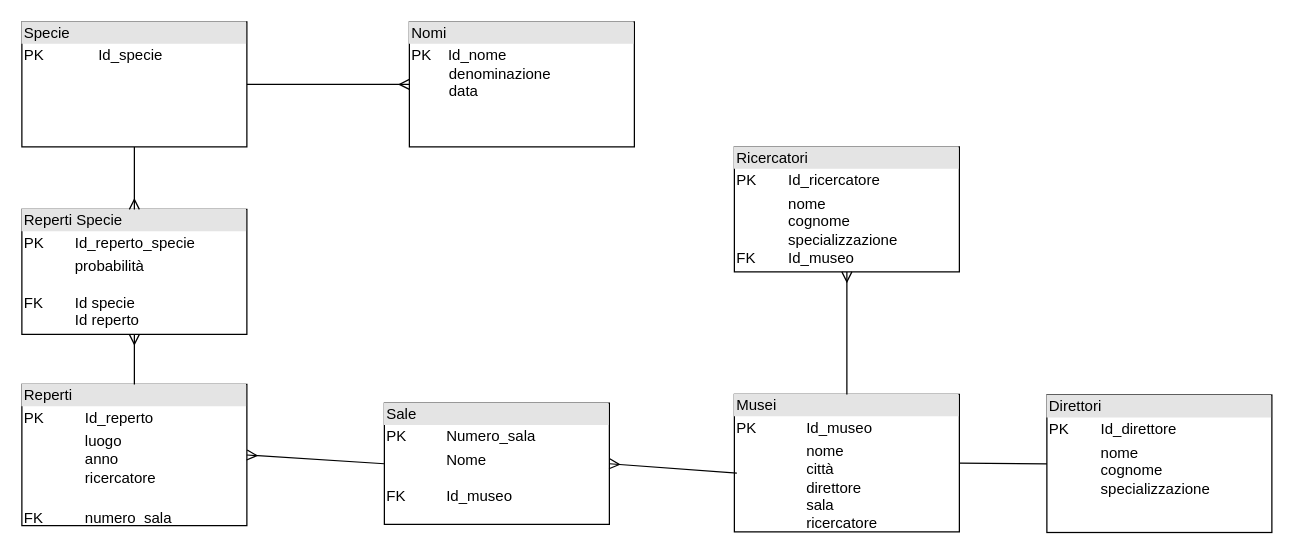
Earlier version of the draw.io diagram Paleontologo.drawio (ChiaraGismondi02/informatica-modelloE-R). Source tidied: cells renumbered, new cells numbered last; positions are measured from the earlier drawing's top-left corner, leaving out a move shared by most shapes. Both pictures are drawn from the tidied source at 125%, with x=0, y=0 at pixel (21, 21).
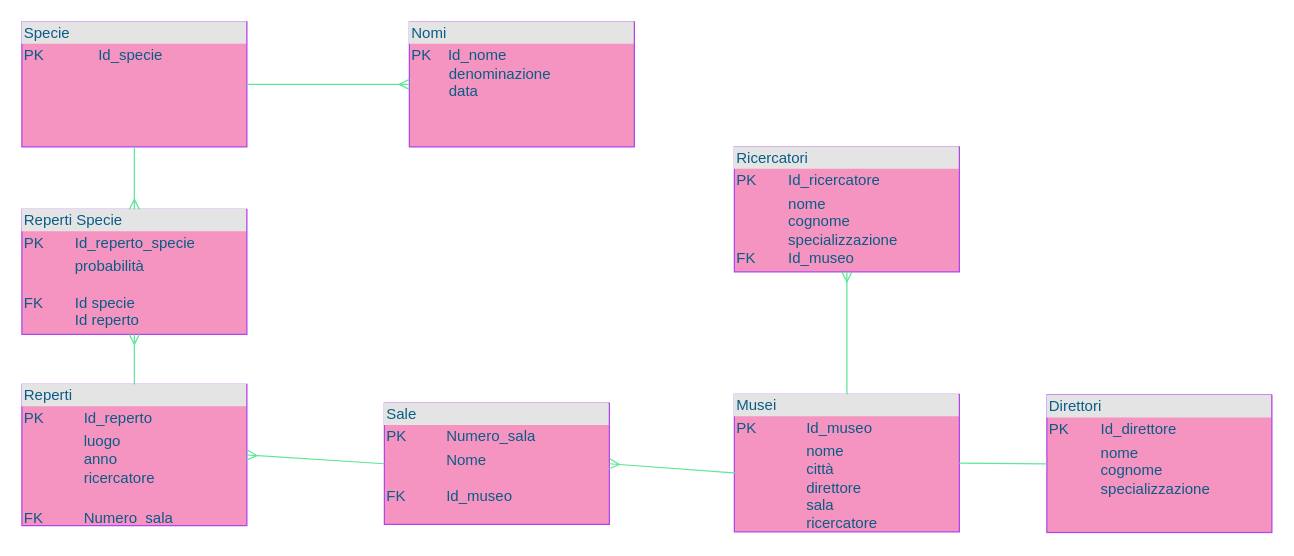
Above is the later version.

What changed in the source:
```diff
@@
-<mxGraphModel background="#ffffff">
+<mxGraphModel>
   <root>
     <mxCell id="0" />
     <mxCell id="1" parent="0" />
-    <mxCell id="2" value="&lt;div style=&quot;box-sizing: border-box ; width: 100% ; background: #e4e4e4 ; padding: 2px&quot;&gt;Reperti&lt;/div&gt;&lt;table style=&quot;width: 100% ; font-size: 1em&quot; cellpadding=&quot;2&quot; cellspacing=&quot;0&quot;&gt;&lt;tbody&gt;&lt;tr&gt;&lt;td&gt;PK&lt;/td&gt;&lt;td&gt;Id_reperto&lt;/td&gt;&lt;/tr&gt;&lt;tr&gt;&lt;td&gt;&amp;nbsp; &amp;nbsp; &amp;nbsp; &amp;nbsp;&lt;br&gt;&lt;br&gt;&lt;/td&gt;&lt;td&gt;luogo&lt;br&gt;anno&lt;br&gt;ricercatore&lt;br&gt;&lt;br&gt;&lt;/td&gt;&lt;/tr&gt;&lt;tr&gt;&lt;td&gt;FK&amp;nbsp;&amp;nbsp;&lt;/td&gt;&lt;td&gt;numero_sala&lt;br&gt;&lt;/td&gt;&lt;/tr&gt;&lt;/tbody&gt;&lt;/table&gt;" style="verticalAlign=top;align=left;overflow=fill;html=1;" parent="1" vertex="1">
+    <mxCell id="2" value="&lt;div style=&quot;box-sizing: border-box ; width: 100% ; background: #e4e4e4 ; padding: 2px&quot;&gt;Reperti&lt;/div&gt;&lt;table style=&quot;width: 100% ; font-size: 1em&quot; cellpadding=&quot;2&quot; cellspacing=&quot;0&quot;&gt;&lt;tbody&gt;&lt;tr&gt;&lt;td&gt;PK&lt;/td&gt;&lt;td&gt;Id_reperto&lt;/td&gt;&lt;/tr&gt;&lt;tr&gt;&lt;td&gt;&amp;nbsp; &amp;nbsp; &amp;nbsp; &amp;nbsp;&lt;br&gt;&lt;br&gt;&lt;/td&gt;&lt;td&gt;luogo&lt;br&gt;anno&lt;br&gt;ricercatore&lt;br&gt;&lt;br&gt;&lt;/td&gt;&lt;/tr&gt;&lt;tr&gt;&lt;td&gt;FK&amp;nbsp;&amp;nbsp;&lt;/td&gt;&lt;td&gt;Numero_sala&lt;br&gt;&lt;/td&gt;&lt;/tr&gt;&lt;/tbody&gt;&lt;/table&gt;" style="verticalAlign=top;align=left;overflow=fill;html=1;fillColor=#F694C1;strokeColor=#AF45ED;fontColor=#095C86;" parent="1" vertex="1">
       <mxGeometry y="290" width="180" height="113" as="geometry" />
     </mxCell>
-    <mxCell id="3" value="&lt;div style=&quot;box-sizing: border-box ; width: 100% ; background: #e4e4e4 ; padding: 2px&quot;&gt;Ricercatori&lt;/div&gt;&lt;table style=&quot;width: 100% ; font-size: 1em&quot; cellpadding=&quot;2&quot; cellspacing=&quot;0&quot;&gt;&lt;tbody&gt;&lt;tr&gt;&lt;td&gt;PK&lt;/td&gt;&lt;td&gt;Id_ricercatore&lt;/td&gt;&lt;/tr&gt;&lt;tr&gt;&lt;td&gt;&amp;nbsp; &amp;nbsp; &amp;nbsp; &amp;nbsp;&lt;br&gt;&lt;br&gt;&lt;br&gt;FK&lt;/td&gt;&lt;td&gt;nome&lt;br&gt;cognome&lt;br&gt;specializzazione&lt;br&gt;Id_museo&lt;/td&gt;&lt;/tr&gt;&lt;/tbody&gt;&lt;/table&gt;" style="verticalAlign=top;align=left;overflow=fill;html=1;" parent="1" vertex="1">
+    <mxCell id="3" value="&lt;div style=&quot;box-sizing: border-box ; width: 100% ; background: #e4e4e4 ; padding: 2px&quot;&gt;Ricercatori&lt;/div&gt;&lt;table style=&quot;width: 100% ; font-size: 1em&quot; cellpadding=&quot;2&quot; cellspacing=&quot;0&quot;&gt;&lt;tbody&gt;&lt;tr&gt;&lt;td&gt;PK&lt;/td&gt;&lt;td&gt;Id_ricercatore&lt;/td&gt;&lt;/tr&gt;&lt;tr&gt;&lt;td&gt;&amp;nbsp; &amp;nbsp; &amp;nbsp; &amp;nbsp;&lt;br&gt;&lt;br&gt;&lt;br&gt;FK&lt;/td&gt;&lt;td&gt;nome&lt;br&gt;cognome&lt;br&gt;specializzazione&lt;br&gt;Id_museo&lt;/td&gt;&lt;/tr&gt;&lt;/tbody&gt;&lt;/table&gt;" style="verticalAlign=top;align=left;overflow=fill;html=1;fillColor=#F694C1;strokeColor=#AF45ED;fontColor=#095C86;" parent="1" vertex="1">
       <mxGeometry x="570" y="100" width="180" height="100" as="geometry" />
     </mxCell>
-    <mxCell id="4" value="&lt;div style=&quot;box-sizing: border-box ; width: 100% ; background: #e4e4e4 ; padding: 2px&quot;&gt;Sale&lt;/div&gt;&lt;table style=&quot;width: 100% ; font-size: 1em&quot; cellpadding=&quot;2&quot; cellspacing=&quot;0&quot;&gt;&lt;tbody&gt;&lt;tr&gt;&lt;td&gt;PK&lt;/td&gt;&lt;td&gt;Numero_sala&lt;/td&gt;&lt;/tr&gt;&lt;tr&gt;&lt;td&gt;&amp;nbsp; &amp;nbsp; &amp;nbsp; &amp;nbsp;&lt;br&gt;FK&lt;/td&gt;&lt;td&gt;Nome&lt;br&gt;&lt;br&gt;Id_museo&lt;br&gt;&lt;br&gt;&lt;/td&gt;&lt;/tr&gt;&lt;/tbody&gt;&lt;/table&gt;" style="verticalAlign=top;align=left;overflow=fill;html=1;" parent="1" vertex="1">
+    <mxCell id="4" value="&lt;div style=&quot;box-sizing: border-box ; width: 100% ; background: #e4e4e4 ; padding: 2px&quot;&gt;Sale&lt;/div&gt;&lt;table style=&quot;width: 100% ; font-size: 1em&quot; cellpadding=&quot;2&quot; cellspacing=&quot;0&quot;&gt;&lt;tbody&gt;&lt;tr&gt;&lt;td&gt;PK&lt;/td&gt;&lt;td&gt;Numero_sala&lt;/td&gt;&lt;/tr&gt;&lt;tr&gt;&lt;td&gt;&amp;nbsp; &amp;nbsp; &amp;nbsp; &amp;nbsp;&lt;br&gt;FK&lt;/td&gt;&lt;td&gt;Nome&lt;br&gt;&lt;br&gt;Id_museo&lt;br&gt;&lt;br&gt;&lt;/td&gt;&lt;/tr&gt;&lt;/tbody&gt;&lt;/table&gt;" style="verticalAlign=top;align=left;overflow=fill;html=1;fillColor=#F694C1;strokeColor=#AF45ED;fontColor=#095C86;" parent="1" vertex="1">
       <mxGeometry x="290" y="305" width="180" height="97" as="geometry" />
     </mxCell>
-    <mxCell id="5" value="&lt;div style=&quot;box-sizing: border-box ; width: 100% ; background: #e4e4e4 ; padding: 2px&quot;&gt;Musei&lt;/div&gt;&lt;table style=&quot;width: 100% ; font-size: 1em&quot; cellpadding=&quot;2&quot; cellspacing=&quot;0&quot;&gt;&lt;tbody&gt;&lt;tr&gt;&lt;td&gt;PK&lt;/td&gt;&lt;td&gt;Id_museo&lt;/td&gt;&lt;/tr&gt;&lt;tr&gt;&lt;td&gt;&amp;nbsp; &amp;nbsp; &amp;nbsp; &amp;nbsp;&lt;br&gt;&lt;br&gt;&lt;/td&gt;&lt;td&gt;nome&lt;br&gt;città&lt;br&gt;direttore&lt;br&gt;sala&lt;br&gt;ricercatore&lt;/td&gt;&lt;/tr&gt;&lt;tr&gt;&lt;td&gt;&lt;/td&gt;&lt;td&gt;&lt;br&gt;&lt;/td&gt;&lt;/tr&gt;&lt;/tbody&gt;&lt;/table&gt;" style="verticalAlign=top;align=left;overflow=fill;html=1;" parent="1" vertex="1">
+    <mxCell id="5" value="&lt;div style=&quot;box-sizing: border-box ; width: 100% ; background: #e4e4e4 ; padding: 2px&quot;&gt;Musei&lt;/div&gt;&lt;table style=&quot;width: 100% ; font-size: 1em&quot; cellpadding=&quot;2&quot; cellspacing=&quot;0&quot;&gt;&lt;tbody&gt;&lt;tr&gt;&lt;td&gt;PK&lt;/td&gt;&lt;td&gt;Id_museo&lt;/td&gt;&lt;/tr&gt;&lt;tr&gt;&lt;td&gt;&amp;nbsp; &amp;nbsp; &amp;nbsp; &amp;nbsp;&lt;br&gt;&lt;br&gt;&lt;/td&gt;&lt;td&gt;nome&lt;br&gt;città&lt;br&gt;direttore&lt;br&gt;sala&lt;br&gt;ricercatore&lt;/td&gt;&lt;/tr&gt;&lt;tr&gt;&lt;td&gt;&lt;/td&gt;&lt;td&gt;&lt;br&gt;&lt;/td&gt;&lt;/tr&gt;&lt;/tbody&gt;&lt;/table&gt;" style="verticalAlign=top;align=left;overflow=fill;html=1;fillColor=#F694C1;strokeColor=#AF45ED;fontColor=#095C86;" parent="1" vertex="1">
       <mxGeometry x="570" y="298" width="180" height="110" as="geometry" />
     </mxCell>
-    <mxCell id="6" style="edgeStyle=orthogonalEdgeStyle;rounded=0;jettySize=auto;html=1;entryX=0;entryY=0.25;entryDx=0;entryDy=0;strokeColor=none;endArrow=ERmany;endFill=0;" parent="1" edge="1" source="7" target="8">
+    <mxCell id="6" style="edgeStyle=orthogonalEdgeStyle;rounded=0;jettySize=auto;html=1;entryX=0;entryY=0.25;entryDx=0;entryDy=0;strokeColor=none;endArrow=ERmany;endFill=0;fontColor=#095C86;" parent="1" edge="1" source="7" target="8">
       <mxGeometry relative="1" as="geometry" />
     </mxCell>
-    <mxCell id="7" value="&lt;div style=&quot;box-sizing: border-box ; width: 100% ; background: #e4e4e4 ; padding: 2px&quot;&gt;Specie&lt;/div&gt;&lt;table style=&quot;width: 100% ; font-size: 1em&quot; cellpadding=&quot;2&quot; cellspacing=&quot;0&quot;&gt;&lt;tbody&gt;&lt;tr&gt;&lt;td&gt;PK&lt;/td&gt;&lt;td&gt;Id_specie&lt;/td&gt;&lt;/tr&gt;&lt;tr&gt;&lt;td&gt;&amp;nbsp; &amp;nbsp; &amp;nbsp; &amp;nbsp;&lt;br&gt;&lt;br&gt;&lt;/td&gt;&lt;td&gt;&lt;br&gt;&lt;br&gt;&lt;/td&gt;&lt;/tr&gt;&lt;/tbody&gt;&lt;/table&gt;" style="verticalAlign=top;align=left;overflow=fill;html=1;" parent="1" vertex="1">
+    <mxCell id="7" value="&lt;div style=&quot;box-sizing: border-box ; width: 100% ; background: #e4e4e4 ; padding: 2px&quot;&gt;Specie&lt;/div&gt;&lt;table style=&quot;width: 100% ; font-size: 1em&quot; cellpadding=&quot;2&quot; cellspacing=&quot;0&quot;&gt;&lt;tbody&gt;&lt;tr&gt;&lt;td&gt;PK&lt;/td&gt;&lt;td&gt;Id_specie&lt;/td&gt;&lt;/tr&gt;&lt;tr&gt;&lt;td&gt;&amp;nbsp; &amp;nbsp; &amp;nbsp; &amp;nbsp;&lt;br&gt;&lt;br&gt;&lt;/td&gt;&lt;td&gt;&lt;br&gt;&lt;br&gt;&lt;/td&gt;&lt;/tr&gt;&lt;/tbody&gt;&lt;/table&gt;" style="verticalAlign=top;align=left;overflow=fill;html=1;fillColor=#F694C1;strokeColor=#AF45ED;fontColor=#095C86;" parent="1" vertex="1">
       <mxGeometry width="180" height="100" as="geometry" />
     </mxCell>
-    <mxCell id="8" value="&lt;div style=&quot;box-sizing: border-box ; width: 100% ; background: #e4e4e4 ; padding: 2px&quot;&gt;Nomi&lt;/div&gt;&lt;table style=&quot;width: 100% ; font-size: 1em&quot; cellpadding=&quot;2&quot; cellspacing=&quot;0&quot;&gt;&lt;tbody&gt;&lt;tr&gt;&lt;td&gt;PK&amp;nbsp; &amp;nbsp; Id_nome&lt;br&gt;&amp;nbsp; &amp;nbsp; &amp;nbsp; &amp;nbsp; &amp;nbsp;denominazione&lt;br&gt;&amp;nbsp; &amp;nbsp; &amp;nbsp; &amp;nbsp; &amp;nbsp;data&amp;nbsp; &amp;nbsp;&lt;/td&gt;&lt;td&gt;&lt;br&gt;&lt;/td&gt;&lt;/tr&gt;&lt;tr&gt;&lt;td&gt;&lt;/td&gt;&lt;td&gt;&lt;br&gt;&lt;/td&gt;&lt;/tr&gt;&lt;/tbody&gt;&lt;/table&gt;" style="verticalAlign=top;align=left;overflow=fill;html=1;" parent="1" vertex="1">
+    <mxCell id="8" value="&lt;div style=&quot;box-sizing: border-box ; width: 100% ; background: #e4e4e4 ; padding: 2px&quot;&gt;Nomi&lt;/div&gt;&lt;table style=&quot;width: 100% ; font-size: 1em&quot; cellpadding=&quot;2&quot; cellspacing=&quot;0&quot;&gt;&lt;tbody&gt;&lt;tr&gt;&lt;td&gt;PK&amp;nbsp; &amp;nbsp; Id_nome&lt;br&gt;&amp;nbsp; &amp;nbsp; &amp;nbsp; &amp;nbsp; &amp;nbsp;denominazione&lt;br&gt;&amp;nbsp; &amp;nbsp; &amp;nbsp; &amp;nbsp; &amp;nbsp;data&amp;nbsp; &amp;nbsp;&lt;/td&gt;&lt;td&gt;&lt;br&gt;&lt;/td&gt;&lt;/tr&gt;&lt;tr&gt;&lt;td&gt;&lt;/td&gt;&lt;td&gt;&lt;br&gt;&lt;/td&gt;&lt;/tr&gt;&lt;/tbody&gt;&lt;/table&gt;" style="verticalAlign=top;align=left;overflow=fill;html=1;fillColor=#F694C1;strokeColor=#AF45ED;fontColor=#095C86;" parent="1" vertex="1">
       <mxGeometry x="310" width="180" height="100" as="geometry" />
     </mxCell>
-    <mxCell id="9" style="edgeStyle=orthogonalEdgeStyle;rounded=0;orthogonalLoop=1;jettySize=auto;html=1;exitX=0.5;exitY=1;exitDx=0;exitDy=0;endArrow=ERmany;endFill=0;" parent="1" edge="1" source="4" target="4">
+    <mxCell id="9" style="edgeStyle=orthogonalEdgeStyle;rounded=0;orthogonalLoop=1;jettySize=auto;html=1;exitX=0.5;exitY=1;exitDx=0;exitDy=0;endArrow=ERmany;endFill=0;strokeColor=#60E696;fontColor=#095C86;" parent="1" edge="1" source="4" target="4">
       <mxGeometry relative="1" as="geometry" />
     </mxCell>
-    <mxCell id="10" value="&lt;div style=&quot;box-sizing: border-box ; width: 100% ; background: #e4e4e4 ; padding: 2px&quot;&gt;Reperti Specie&lt;/div&gt;&lt;table style=&quot;width: 100% ; font-size: 1em&quot; cellpadding=&quot;2&quot; cellspacing=&quot;0&quot;&gt;&lt;tbody&gt;&lt;tr&gt;&lt;td&gt;PK&lt;/td&gt;&lt;td&gt;Id_reperto_specie&lt;/td&gt;&lt;/tr&gt;&lt;tr&gt;&lt;td&gt;&amp;nbsp; &amp;nbsp; &amp;nbsp; &amp;nbsp;&lt;br&gt;FK&amp;nbsp; &amp;nbsp;&lt;/td&gt;&lt;td&gt;probabilità&lt;br&gt;&lt;br&gt;Id specie&lt;br&gt;Id reperto&lt;br&gt;&lt;/td&gt;&lt;/tr&gt;&lt;/tbody&gt;&lt;/table&gt;" style="verticalAlign=top;align=left;overflow=fill;html=1;" parent="1" vertex="1">
+    <mxCell id="10" value="&lt;div style=&quot;box-sizing: border-box ; width: 100% ; background: #e4e4e4 ; padding: 2px&quot;&gt;Reperti Specie&lt;/div&gt;&lt;table style=&quot;width: 100% ; font-size: 1em&quot; cellpadding=&quot;2&quot; cellspacing=&quot;0&quot;&gt;&lt;tbody&gt;&lt;tr&gt;&lt;td&gt;PK&lt;/td&gt;&lt;td&gt;Id_reperto_specie&lt;/td&gt;&lt;/tr&gt;&lt;tr&gt;&lt;td&gt;&amp;nbsp; &amp;nbsp; &amp;nbsp; &amp;nbsp;&lt;br&gt;FK&amp;nbsp; &amp;nbsp;&lt;/td&gt;&lt;td&gt;probabilità&lt;br&gt;&lt;br&gt;Id specie&lt;br&gt;Id reperto&lt;br&gt;&lt;/td&gt;&lt;/tr&gt;&lt;/tbody&gt;&lt;/table&gt;" style="verticalAlign=top;align=left;overflow=fill;html=1;fillColor=#F694C1;strokeColor=#AF45ED;fontColor=#095C86;" parent="1" vertex="1">
       <mxGeometry y="150" width="180" height="100" as="geometry" />
     </mxCell>
-    <mxCell id="11" value="&lt;div style=&quot;box-sizing: border-box ; width: 100% ; background: #e4e4e4 ; padding: 2px&quot;&gt;Direttori&lt;/div&gt;&lt;table style=&quot;width: 100% ; font-size: 1em&quot; cellpadding=&quot;2&quot; cellspacing=&quot;0&quot;&gt;&lt;tbody&gt;&lt;tr&gt;&lt;td&gt;PK&lt;/td&gt;&lt;td&gt;Id_direttore&lt;/td&gt;&lt;/tr&gt;&lt;tr&gt;&lt;td&gt;&amp;nbsp; &amp;nbsp; &amp;nbsp; &amp;nbsp;&lt;br&gt;&lt;br&gt;&lt;/td&gt;&lt;td&gt;nome &lt;br&gt;cognome&lt;br&gt;specializzazione&lt;/td&gt;&lt;/tr&gt;&lt;tr&gt;&lt;td&gt;&lt;/td&gt;&lt;td&gt;&lt;br&gt;&lt;/td&gt;&lt;/tr&gt;&lt;/tbody&gt;&lt;/table&gt;" style="verticalAlign=top;align=left;overflow=fill;html=1;" parent="1" vertex="1">
+    <mxCell id="11" value="&lt;div style=&quot;box-sizing: border-box ; width: 100% ; background: #e4e4e4 ; padding: 2px&quot;&gt;Direttori&lt;/div&gt;&lt;table style=&quot;width: 100% ; font-size: 1em&quot; cellpadding=&quot;2&quot; cellspacing=&quot;0&quot;&gt;&lt;tbody&gt;&lt;tr&gt;&lt;td&gt;PK&lt;/td&gt;&lt;td&gt;Id_direttore&lt;/td&gt;&lt;/tr&gt;&lt;tr&gt;&lt;td&gt;&amp;nbsp; &amp;nbsp; &amp;nbsp; &amp;nbsp;&lt;br&gt;&lt;br&gt;&lt;/td&gt;&lt;td&gt;nome &lt;br&gt;cognome&lt;br&gt;specializzazione&lt;/td&gt;&lt;/tr&gt;&lt;tr&gt;&lt;td&gt;&lt;/td&gt;&lt;td&gt;&lt;br&gt;&lt;/td&gt;&lt;/tr&gt;&lt;/tbody&gt;&lt;/table&gt;" style="verticalAlign=top;align=left;overflow=fill;html=1;fillColor=#F694C1;strokeColor=#AF45ED;fontColor=#095C86;" parent="1" vertex="1">
       <mxGeometry x="820" y="298.5" width="180" height="110" as="geometry" />
     </mxCell>
-    <mxCell id="12" style="endArrow=none;html=1;exitX=1;exitY=0.5;exitDx=0;exitDy=0;entryX=0;entryY=0.5;entryDx=0;entryDy=0;" parent="1" edge="1" source="5" target="11">
+    <mxCell id="12" style="endArrow=none;html=1;exitX=1;exitY=0.5;exitDx=0;exitDy=0;entryX=0;entryY=0.5;entryDx=0;entryDy=0;strokeColor=#60E696;fontColor=#095C86;" parent="1" edge="1" source="5" target="11">
       <mxGeometry relative="1" as="geometry" />
     </mxCell>
-    <mxCell id="13" style="endArrow=ERmany;html=1;endFill=0;entryX=0.5;entryY=0;entryDx=0;entryDy=0;exitX=0.5;exitY=1;exitDx=0;exitDy=0;" parent="1" edge="1" source="7" target="10">
+    <mxCell id="13" style="endArrow=ERmany;html=1;endFill=0;entryX=0.5;entryY=0;entryDx=0;entryDy=0;exitX=0.5;exitY=1;exitDx=0;exitDy=0;strokeColor=#60E696;fontColor=#095C86;" parent="1" edge="1" source="7" target="10">
       <mxGeometry relative="1" as="geometry" />
     </mxCell>
-    <mxCell id="14" style="endArrow=ERmany;html=1;endFill=0;exitX=0.5;exitY=0;exitDx=0;exitDy=0;entryX=0.5;entryY=1;entryDx=0;entryDy=0;" parent="1" edge="1" source="2" target="10">
+    <mxCell id="14" style="endArrow=ERmany;html=1;endFill=0;exitX=0.5;exitY=0;exitDx=0;exitDy=0;entryX=0.5;entryY=1;entryDx=0;entryDy=0;strokeColor=#60E696;fontColor=#095C86;" parent="1" edge="1" source="2" target="10">
       <mxGeometry relative="1" as="geometry" />
     </mxCell>
-    <mxCell id="15" style="endArrow=ERmany;html=1;endFill=0;exitX=0;exitY=0.5;exitDx=0;exitDy=0;entryX=1;entryY=0.5;entryDx=0;entryDy=0;" parent="1" edge="1" source="4" target="2">
+    <mxCell id="15" style="endArrow=ERmany;html=1;endFill=0;exitX=0;exitY=0.5;exitDx=0;exitDy=0;entryX=1;entryY=0.5;entryDx=0;entryDy=0;strokeColor=#60E696;fontColor=#095C86;" parent="1" edge="1" source="4" target="2">
       <mxGeometry relative="1" as="geometry" />
     </mxCell>
-    <mxCell id="16" style="endArrow=ERmany;html=1;endFill=0;exitX=1;exitY=0.5;exitDx=0;exitDy=0;entryX=0;entryY=0.5;entryDx=0;entryDy=0;" parent="1" edge="1" source="7" target="8">
+    <mxCell id="16" style="endArrow=ERmany;html=1;endFill=0;exitX=1;exitY=0.5;exitDx=0;exitDy=0;entryX=0;entryY=0.5;entryDx=0;entryDy=0;strokeColor=#60E696;fontColor=#095C86;" parent="1" edge="1" source="7" target="8">
       <mxGeometry relative="1" as="geometry" />
     </mxCell>
-    <mxCell id="17" style="endArrow=ERmany;html=1;endFill=0;exitX=0.5;exitY=0;exitDx=0;exitDy=0;entryX=0.5;entryY=1;entryDx=0;entryDy=0;" parent="1" edge="1" source="5" target="3">
+    <mxCell id="17" style="endArrow=ERmany;html=1;endFill=0;exitX=0.5;exitY=0;exitDx=0;exitDy=0;entryX=0.5;entryY=1;entryDx=0;entryDy=0;strokeColor=#60E696;fontColor=#095C86;" parent="1" edge="1" source="5" target="3">
       <mxGeometry relative="1" as="geometry" />
     </mxCell>
-    <mxCell id="18" style="endArrow=ERmany;html=1;endFill=0;exitX=0.011;exitY=0.573;exitDx=0;exitDy=0;exitPerimeter=0;entryX=1;entryY=0.5;entryDx=0;entryDy=0;" parent="1" edge="1" source="5" target="4">
+    <mxCell id="18" style="endArrow=ERmany;html=1;endFill=0;exitX=0.011;exitY=0.573;exitDx=0;exitDy=0;exitPerimeter=0;entryX=1;entryY=0.5;entryDx=0;entryDy=0;strokeColor=#60E696;fontColor=#095C86;" parent="1" edge="1" source="5" target="4">
       <mxGeometry relative="1" as="geometry" />
     </mxCell>
   </root>
 </mxGraphModel>
```
